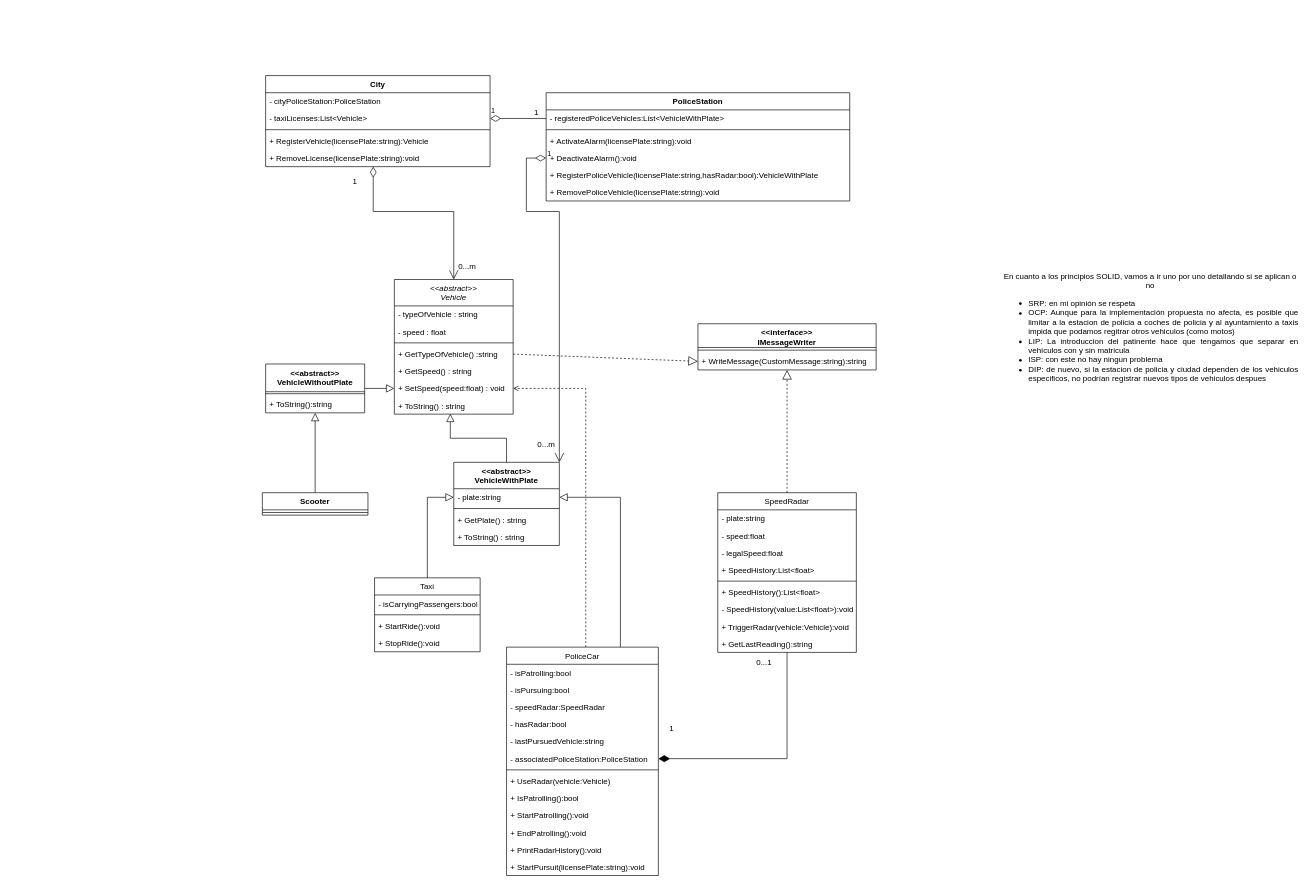
Before: final_diagram.drawio in sjrom47/Programming-Paradigms-and-techniques-L2, a draw.io diagram. Source tidied: cells renumbered, new cells numbered last; positions are measured from the earlier drawing's top-left corner, leaving out a move shared by most shapes. Both pictures are drawn from the tidied source at 66%, with x=0, y=0 at pixel (262, 75).
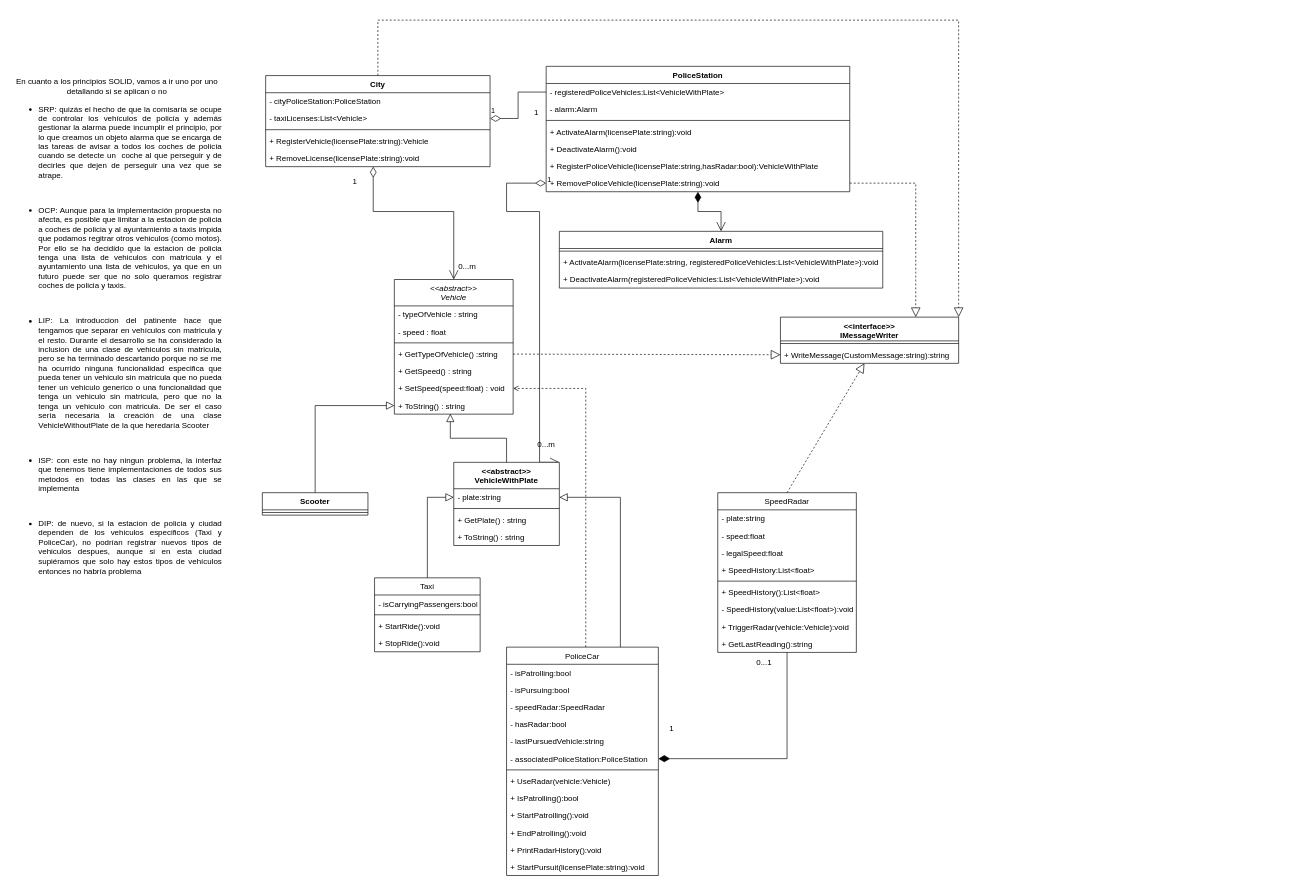
The same page after the edit.

Unchanged cells that the change refers to:
```xml
<mxCell id="8" value="+ SetSpeed(speed:float) : void" style="text;align=left;verticalAlign=top;spacingLeft=4;spacingRight=4;overflow=hidden;points=[[0,0.5],[1,0.5]];portConstraint=eastwest;" parent="2" vertex="1">
  <mxGeometry y="152" width="180" height="26" as="geometry" />
</mxCell>
<mxCell id="9" value="+ ToString() : string" style="text;align=left;verticalAlign=top;spacingLeft=4;spacingRight=4;overflow=hidden;points=[[0,0.5],[1,0.5]];portConstraint=eastwest;" parent="2" vertex="1">
  <mxGeometry y="178" width="180" height="26" as="geometry" />
</mxCell>
<mxCell id="54" value="City" style="swimlane;fontStyle=1;align=center;verticalAlign=top;horizontal=1;startSize=26;whiteSpace=wrap;html=1;" parent="1" vertex="1">
  <mxGeometry x="5" width="340" height="138" as="geometry" />
</mxCell>
<mxCell id="65" value="&amp;lt;&amp;lt;abstract&amp;gt;&amp;gt;&lt;div&gt;VehicleWithPlate&lt;/div&gt;" style="swimlane;fontStyle=1;align=center;verticalAlign=top;horizontal=1;startSize=40;whiteSpace=wrap;html=1;" parent="1" vertex="1">
  <mxGeometry x="290" y="586" width="160" height="126" as="geometry" />
</mxCell>
<mxCell id="71" value="Scooter" style="swimlane;fontStyle=1;align=center;verticalAlign=top;horizontal=1;startSize=26;whiteSpace=wrap;html=1;" parent="1" vertex="1">
  <mxGeometry y="632" width="160" height="34" as="geometry" />
</mxCell>
```

What changed in the source:
```diff
@@
     <mxCell id="43" value="&amp;lt;&amp;lt;interface&amp;gt;&amp;gt;&lt;div&gt;IMessageWriter&lt;/div&gt;" style="swimlane;fontStyle=1;align=center;verticalAlign=top;horizontal=1;startSize=36;whiteSpace=wrap;html=1;" parent="1" vertex="1">
-      <mxGeometry x="660" y="376" width="270" height="70" as="geometry" />
+      <mxGeometry x="785" y="366" width="270" height="70" as="geometry" />
     </mxCell>
@@
+    <mxCell id="84" style="edgeStyle=orthogonalEdgeStyle;rounded=0;jettySize=auto;html=1;dashed=1;strokeColor=default;align=center;verticalAlign=middle;fontFamily=Helvetica;fontSize=11;fontColor=default;labelBackgroundColor=default;endArrow=block;endFill=0;endSize=12;exitX=1;exitY=0.5;exitDx=0;exitDy=0;" parent="1" edge="1" source="52" target="43">
+      <mxGeometry relative="1" as="geometry">
+        <Array as="points">
+          <mxPoint x="990" y="163" />
+        </Array>
+      </mxGeometry>
+    </mxCell>
+    <mxCell id="85" style="edgeStyle=orthogonalEdgeStyle;rounded=0;jettySize=auto;html=1;entryX=0.5;entryY=0;entryDx=0;entryDy=0;strokeColor=default;align=left;verticalAlign=bottom;fontFamily=Helvetica;fontSize=11;fontColor=default;labelBackgroundColor=default;startArrow=diamondThin;startFill=1;startSize=14;endArrow=open;endSize=12;" parent="1" edge="1" source="46" target="88">
+      <mxGeometry relative="1" as="geometry" />
+    </mxCell>
     <mxCell id="46" value="PoliceStation" style="swimlane;fontStyle=1;align=center;verticalAlign=top;horizontal=1;startSize=26;whiteSpace=wrap;html=1;" parent="1" vertex="1">
-      <mxGeometry x="430" y="26" width="460" height="164" as="geometry" />
+      <mxGeometry x="430" y="-14" width="460" height="190" as="geometry" />
     </mxCell>
@@
+    <mxCell id="86" value="- alarm:Alarm" style="text;strokeColor=none;fillColor=none;align=left;verticalAlign=top;spacingLeft=4;spacingRight=4;overflow=hidden;whiteSpace=wrap;html=1;" parent="46" vertex="1">
+      <mxGeometry y="52" width="460" height="26" as="geometry" />
+    </mxCell>
     <mxCell id="48" style="line;strokeWidth=1;fillColor=none;align=left;verticalAlign=middle;spacingTop=-1;spacingLeft=3;spacingRight=3;labelPosition=right;strokeColor=inherit;" parent="46" vertex="1">
-      <mxGeometry y="52" width="460" height="8" as="geometry" />
+      <mxGeometry y="78" width="460" height="8" as="geometry" />
     </mxCell>
     <mxCell id="49" value="+ ActivateAlarm(licensePlate:string):void" style="text;align=left;verticalAlign=top;spacingLeft=4;spacingRight=4;overflow=hidden;" parent="46" vertex="1">
-      <mxGeometry y="60" width="460" height="26" as="geometry" />
+      <mxGeometry y="86" width="460" height="26" as="geometry" />
     </mxCell>
     <mxCell id="50" value="+ DeactivateAlarm():void" style="text;align=left;verticalAlign=top;spacingLeft=4;spacingRight=4;overflow=hidden;points=[[0,0.5],[1,0.5]];portConstraint=eastwest;" parent="46" vertex="1">
-      <mxGeometry y="86" width="460" height="26" as="geometry" />
+      <mxGeometry y="112" width="460" height="26" as="geometry" />
     </mxCell>
     <mxCell id="51" value="+ RegisterPoliceVehicle(licensePlate:string,hasRadar:bool):VehicleWithPlate" style="text;strokeColor=none;fillColor=none;align=left;verticalAlign=top;spacingLeft=4;spacingRight=4;overflow=hidden;whiteSpace=wrap;html=1;" parent="46" vertex="1">
-      <mxGeometry y="112" width="460" height="26" as="geometry" />
+      <mxGeometry y="138" width="460" height="26" as="geometry" />
     </mxCell>
     <mxCell id="52" value="+ RemovePoliceVehicle(licensePlate:string):void" style="text;strokeColor=none;fillColor=none;align=left;verticalAlign=top;spacingLeft=4;spacingRight=4;overflow=hidden;points=[[0,0.5],[1,0.5]];portConstraint=eastwest;whiteSpace=wrap;html=1;" parent="46" vertex="1">
-      <mxGeometry y="138" width="460" height="26" as="geometry" />
+      <mxGeometry y="164" width="460" height="26" as="geometry" />
     </mxCell>
@@
+    <mxCell id="87" style="edgeStyle=orthogonalEdgeStyle;rounded=0;jettySize=auto;html=1;dashed=1;strokeColor=default;align=center;verticalAlign=middle;fontFamily=Helvetica;fontSize=11;fontColor=default;labelBackgroundColor=default;endArrow=block;endFill=0;endSize=12;entryX=1;entryY=0;entryDx=0;entryDy=0;" parent="1" edge="1" source="54" target="43">
+      <mxGeometry relative="1" as="geometry">
+        <Array as="points">
+          <mxPoint x="175" y="-84" />
+          <mxPoint x="1055" y="-84" />
+        </Array>
+      </mxGeometry>
+    </mxCell>
@@
-    <mxCell id="63" value="1" style="endArrow=open;html=1;endSize=12;startArrow=diamondThin;startSize=14;startFill=0;edgeStyle=orthogonalEdgeStyle;align=left;verticalAlign=bottom;rounded=0;entryX=1;entryY=0;entryDx=0;entryDy=0;exitX=0;exitY=0.5;exitDx=0;exitDy=0;" parent="1" edge="1" source="50" target="65">
+    <mxCell id="63" value="1" style="endArrow=open;html=1;endSize=12;startArrow=diamondThin;startSize=14;startFill=0;edgeStyle=orthogonalEdgeStyle;align=left;verticalAlign=bottom;rounded=0;entryX=1;entryY=0;entryDx=0;entryDy=0;exitX=0;exitY=0.5;exitDx=0;exitDy=0;" parent="1" edge="1" source="52" target="65">
       <mxGeometry x="-1" y="3" relative="1" as="geometry">
         <Array as="points">
-          <mxPoint x="400" y="125" />
-          <mxPoint x="400" y="206" />
-          <mxPoint x="450" y="206" />
+          <mxPoint x="370" y="163" />
+          <mxPoint x="370" y="206" />
+          <mxPoint x="420" y="206" />
+          <mxPoint x="420" y="586" />
         </Array>
       </mxGeometry>
     </mxCell>
@@
-    <mxCell id="70" style="edgeStyle=orthogonalEdgeStyle;rounded=0;jettySize=auto;html=1;endArrow=block;endFill=0;endSize=10;" parent="1" edge="1" source="71" target="74">
+    <mxCell id="70" style="edgeStyle=orthogonalEdgeStyle;rounded=0;jettySize=auto;html=1;endArrow=block;endFill=0;endSize=10;entryX=0;entryY=0.5;entryDx=0;entryDy=0;" parent="1" edge="1" source="71" target="9">
       <mxGeometry relative="1" as="geometry" />
     </mxCell>
@@
-    <mxCell id="73" style="edgeStyle=orthogonalEdgeStyle;rounded=0;jettySize=auto;html=1;entryX=0;entryY=0.5;entryDx=0;entryDy=0;endArrow=block;endFill=0;endSize=10;" parent="1" edge="1" source="74" target="8">
-      <mxGeometry relative="1" as="geometry" />
-    </mxCell>
-    <mxCell id="74" value="&lt;div&gt;&amp;lt;&amp;lt;abstract&amp;gt;&amp;gt;&lt;/div&gt;VehicleWithoutPlate" style="swimlane;fontStyle=1;align=center;verticalAlign=top;horizontal=1;startSize=42;whiteSpace=wrap;html=1;" parent="1" vertex="1">
-      <mxGeometry x="5" y="437" width="150" height="74" as="geometry" />
-    </mxCell>
-    <mxCell id="75" style="line;strokeWidth=1;fillColor=none;align=left;verticalAlign=middle;spacingTop=-1;spacingLeft=3;spacingRight=3;labelPosition=right;strokeColor=inherit;" parent="74" vertex="1">
-      <mxGeometry y="42" width="150" height="6" as="geometry" />
-    </mxCell>
-    <mxCell id="76" value="+ ToString():string" style="text;strokeColor=none;fillColor=none;align=left;verticalAlign=top;spacingLeft=4;spacingRight=4;overflow=hidden;whiteSpace=wrap;html=1;" parent="74" vertex="1">
-      <mxGeometry y="48" width="150" height="26" as="geometry" />
-    </mxCell>
-    <mxCell id="77" value="En cuanto a los principios SOLID, vamos a ir uno por uno detallando si se aplican o no&lt;br&gt;&lt;div style=&quot;text-align: justify;&quot;&gt;&lt;ul&gt;&lt;li&gt;&lt;span style=&quot;background-color: initial;&quot;&gt;SRP: en mi opinión se respeta&lt;/span&gt;&lt;/li&gt;&lt;li&gt;&lt;span style=&quot;background-color: initial;&quot;&gt;OCP: Aunque para la implementación propuesta no afecta, es posible que limitar a la estacion de policia a coches de policia y al ayuntamiento a taxis impida que podamos regitrar otros vehiculos (como motos)&lt;/span&gt;&lt;/li&gt;&lt;li&gt;&lt;span style=&quot;background-color: initial;&quot;&gt;LIP: La introduccion del patinente hace que tengamos que separar en vehículos con y sin matricula&lt;/span&gt;&lt;/li&gt;&lt;li&gt;&lt;span style=&quot;background-color: initial;&quot;&gt;ISP: con este no hay ningun problema&lt;/span&gt;&lt;/li&gt;&lt;li&gt;&lt;span style=&quot;background-color: initial;&quot;&gt;DIP: de nuevo, si la estacion de policia y ciudad dependen de los vehiculos especificos, no podrían registrar nuevos tipos de vehiculos despues&lt;/span&gt;&lt;/li&gt;&lt;/ul&gt;&lt;/div&gt;" style="text;align=center;verticalAlign=middle;strokeColor=none;fillColor=none;rotation=0;html=1;overflow=visible;whiteSpace=wrap;" parent="1" vertex="1">
-      <mxGeometry x="1120" y="263" width="451" height="250" as="geometry" />
+    <mxCell id="77" value="En cuanto a los principios SOLID, vamos a ir uno por uno detallando si se aplican o no&lt;br&gt;&lt;div style=&quot;text-align: justify;&quot;&gt;&lt;ul&gt;&lt;li&gt;&lt;span style=&quot;background-color: initial;&quot;&gt;SRP: quizás el hecho de que la comisaría se ocupe de controlar los vehículos de policía y además gestionar la alarma puede incumplir el principio, por lo que creamos un objeto alarma que se encarga de las tareas de avisar a todos los coches de policía cuando se detecte un&amp;nbsp; coche al que perseguir y de decirles que dejen de perseguir una vez que se atrape.&lt;/span&gt;&lt;/li&gt;&lt;/ul&gt;&lt;br&gt;&lt;ul&gt;&lt;li&gt;&lt;span style=&quot;background-color: initial;&quot;&gt;OCP: Aunque para la implementación propuesta no afecta, es posible que limitar a la estacion de policia a coches de policia y al ayuntamiento a taxis impida que podamos regitrar otros vehiculos (como motos). Por ello se ha decidido que la estacion de policia tenga una lista de vehiculos con matricula y el ayuntamiento una lista de vehiculos, ya que en un futuro puede ser que no solo queramos registrar coches de policia y taxis.&lt;/span&gt;&lt;/li&gt;&lt;/ul&gt;&lt;br&gt;&lt;ul&gt;&lt;li&gt;&lt;span style=&quot;background-color: initial;&quot;&gt;LIP: La introduccion del patinente hace que tengamos que separar en vehículos con matricula y el resto. Durante el desarrollo se ha considerado la inclusion de una clase de vehiculos sin matricula, pero se ha terminado descartando porque no se me ha ocurrido ninguna funcionalidad especifica que pueda tener un vehiculo sin matricula que no pueda tener un vehiculo generico o una funcionalidad que tenga un vehiculo sin matricula, pero que no la tenga un vehiculo con matricula. De ser el caso sería necesaria la creación de una clase VehicleWithoutPlate de la que heredaría Scooter&lt;/span&gt;&lt;/li&gt;&lt;/ul&gt;&lt;br&gt;&lt;ul&gt;&lt;li&gt;&lt;span style=&quot;background-color: initial;&quot;&gt;ISP: con este no hay ningun problema, la interfaz que tenemos tiene implementaciones de todos sus metodos en todas las clases en las que se implementa&lt;/span&gt;&lt;/li&gt;&lt;/ul&gt;&lt;br&gt;&lt;ul&gt;&lt;li&gt;&lt;span style=&quot;background-color: initial;&quot;&gt;DIP: de nuevo, si la estacion de policia y ciudad dependen de los vehiculos especificos (Taxi y PoliceCar), no podrían registrar nuevos tipos de vehiculos despues, aunque si en esta ciudad supiéramos que solo hay estos tipos de vehículos entonces no habría problema&lt;/span&gt;&lt;/li&gt;&lt;/ul&gt;&lt;/div&gt;" style="text;align=center;verticalAlign=middle;strokeColor=none;fillColor=none;rotation=0;html=1;overflow=visible;whiteSpace=wrap;" parent="1" vertex="1">
+      <mxGeometry x="-380" y="246" width="320" height="280" as="geometry" />
     </mxCell>
@@
+    <mxCell id="88" value="Alarm" style="swimlane;fontStyle=1;align=center;verticalAlign=top;horizontal=1;startSize=26;whiteSpace=wrap;html=1;" parent="1" vertex="1">
+      <mxGeometry x="450" y="236" width="490" height="86" as="geometry" />
+    </mxCell>
+    <mxCell id="89" style="line;strokeWidth=1;fillColor=none;align=left;verticalAlign=middle;spacingTop=-1;spacingLeft=3;spacingRight=3;labelPosition=right;strokeColor=inherit;" parent="88" vertex="1">
+      <mxGeometry y="26" width="490" height="8" as="geometry" />
+    </mxCell>
+    <mxCell id="90" value="+ ActivateAlarm(licensePlate:string, registeredPoliceVehicles:List&lt;VehicleWithPlate&gt;):void" style="text;align=left;verticalAlign=top;spacingLeft=4;spacingRight=4;overflow=hidden;" parent="88" vertex="1">
+      <mxGeometry y="34" width="490" height="26" as="geometry" />
+    </mxCell>
+    <mxCell id="91" value="+ DeactivateAlarm(registeredPoliceVehicles:List&lt;VehicleWithPlate&gt;):void" style="text;align=left;verticalAlign=top;spacingLeft=4;spacingRight=4;overflow=hidden;" parent="88" vertex="1">
+      <mxGeometry y="60" width="490" height="26" as="geometry" />
+    </mxCell>
```
